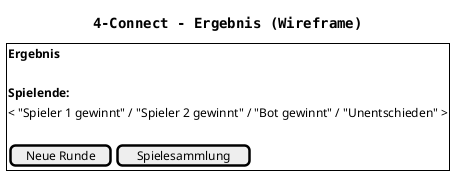
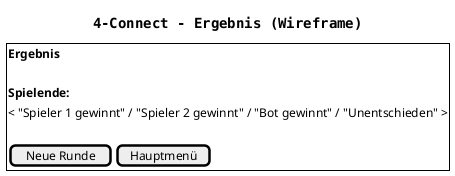
@startuml
title 4-Connect - Ergebnis (Wireframe)

skinparam defaultFontName Monospaced

salt
{
  {+
    { **Ergebnis** }
    .
    { **Spielende:** }
    { < "Spieler 1 gewinnt" / "Spieler 2 gewinnt" / "Bot gewinnt" / "Unentschieden" > }
    .
-     {[ Neue Runde ] | [ Spielesammlung ]}
+     {[ Neue Runde ] | [ Hauptmenü ]}
  }
}
@enduml
